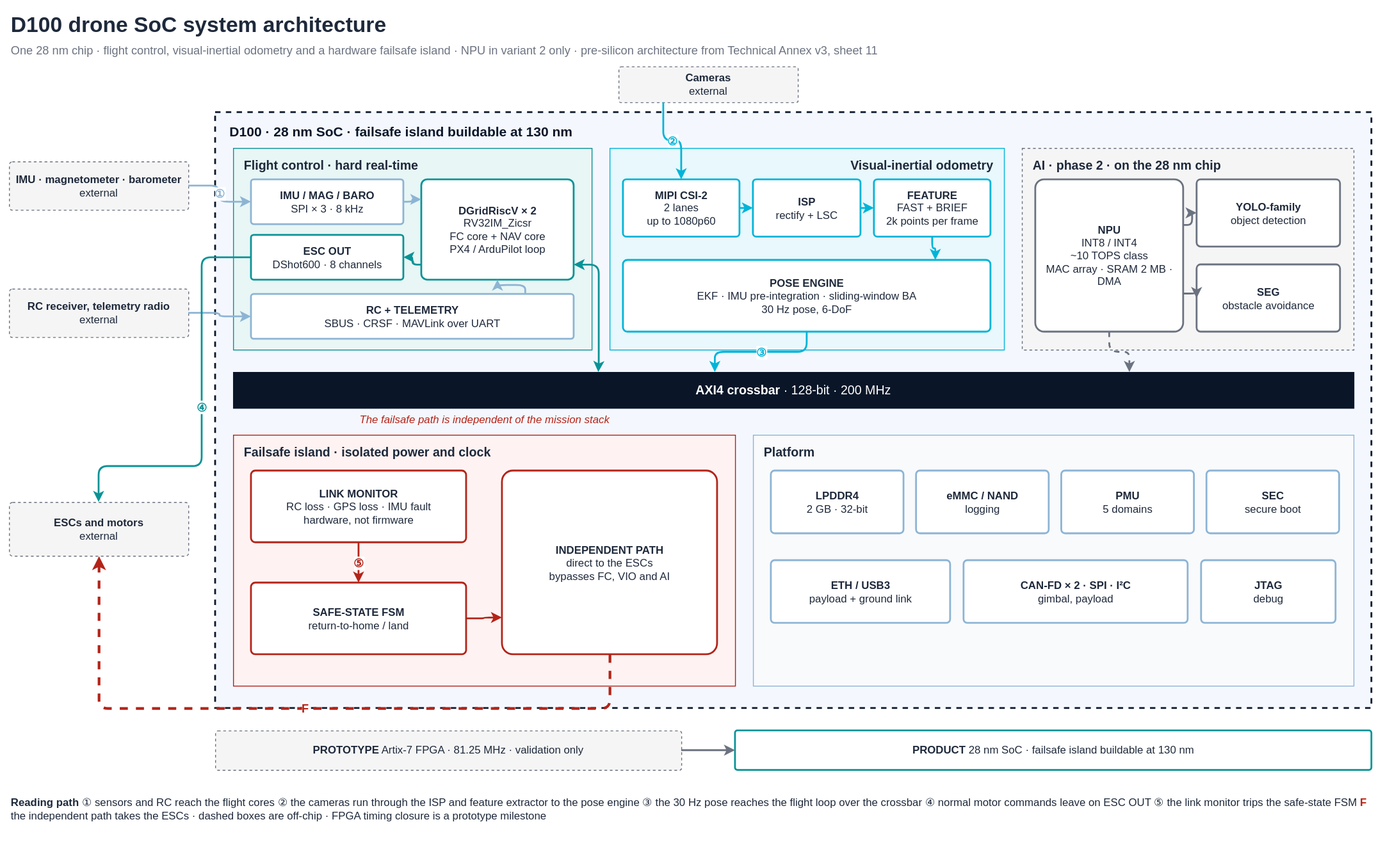
Before: public/diagrams/d100-architecture.svg, a diagram exported from draw.io (shekerkamma/deepgrid-dr-silicon-v11). Source tidied: cells renumbered, new cells last; positions are measured from the earlier drawing's top-left corner, leaving out a move shared by most shapes.
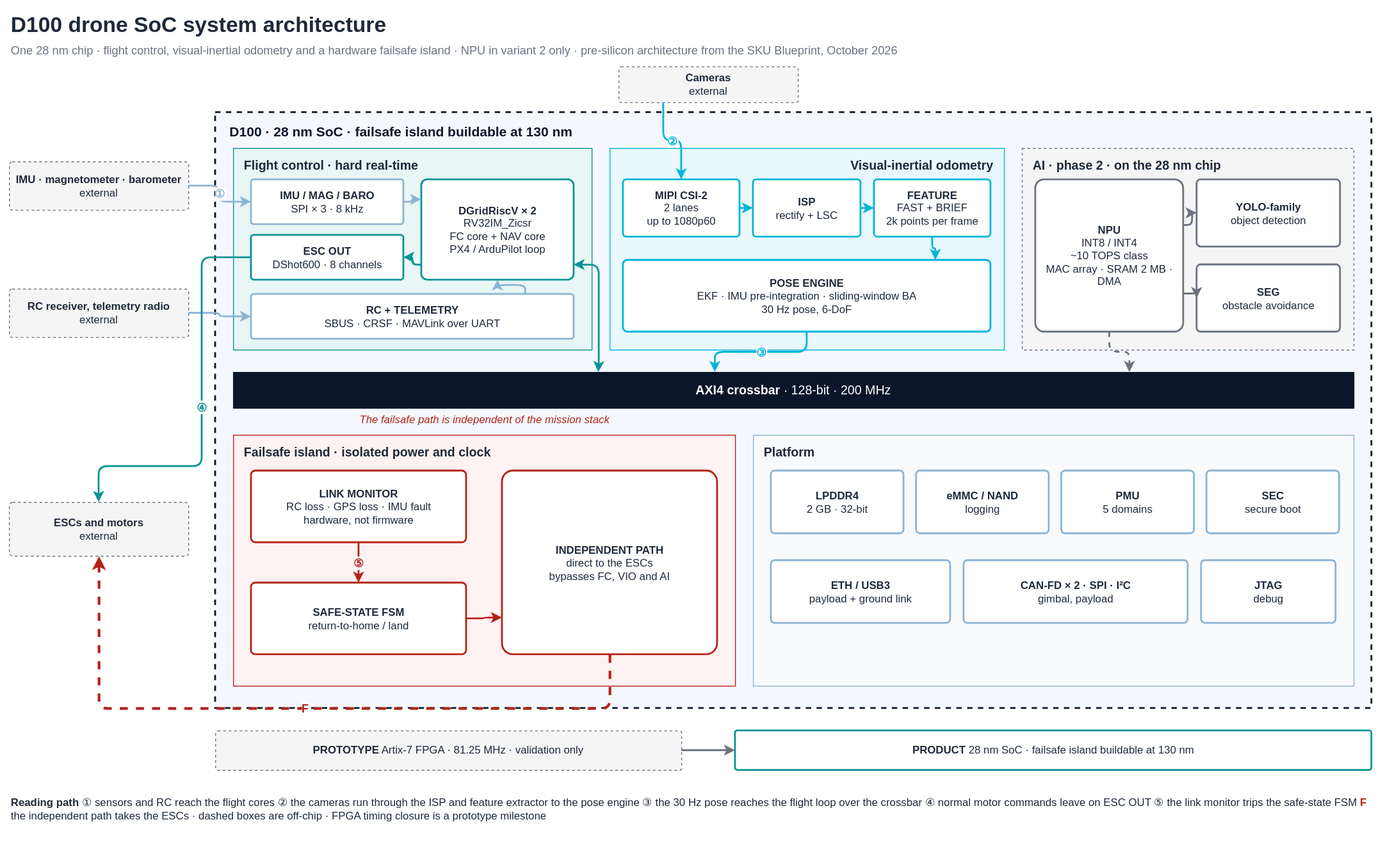
After the commit.

What changed in the source:
```diff
@@ -5,7 +5,7 @@
     <mxCell id="2" value="D100 drone SoC system architecture" style="text;html=1;align=left;verticalAlign=middle;fontSize=24;fontStyle=1;fontColor=#1E293B;" parent="1" vertex="1">
       <mxGeometry width="700" height="36" as="geometry" />
     </mxCell>
-    <mxCell id="3" value="One 28 nm chip  ·  flight control, visual-inertial odometry and a hardware failsafe island  ·  NPU in variant 2 only  ·  pre-silicon architecture from Technical Annex v3, sheet 11" style="text;html=1;align=left;verticalAlign=middle;fontSize=13;fontColor=#6B7280;" parent="1" vertex="1">
+    <mxCell id="3" value="One 28 nm chip  ·  flight control, visual-inertial odometry and a hardware failsafe island  ·  NPU in variant 2 only  ·  pre-silicon architecture from the SKU Blueprint, October 2026" style="text;html=1;align=left;verticalAlign=middle;fontSize=13;fontColor=#6B7280;" parent="1" vertex="1">
       <mxGeometry y="34" width="1300" height="24" as="geometry" />
     </mxCell>
     <mxCell id="4" value="D100  ·  28 nm SoC  ·  failsafe island buildable at 130 nm" style="rounded=0;whiteSpace=wrap;html=1;fillColor=#F4F8FE;strokeColor=#0A1628;strokeWidth=2;dashed=1;verticalAlign=top;align=left;spacingLeft=14;spacingTop=6;fontSize=15;fontStyle=1;fontColor=#0A1628;" parent="1" vertex="1">
```
